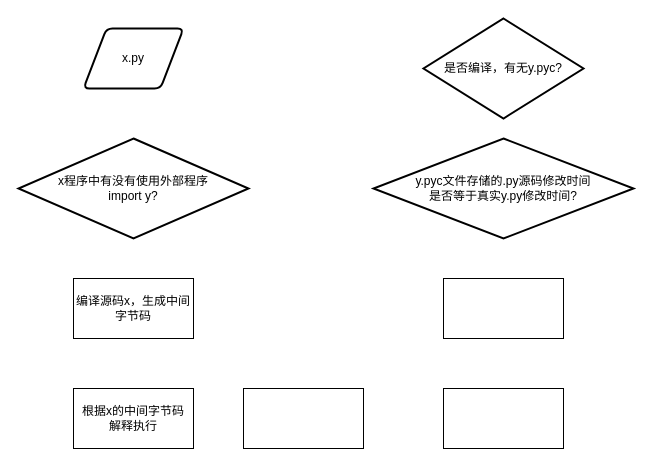
Earlier version of the draw.io diagram python-program-flow.drawio (wupei-w/diagrams). Source tidied: cells renumbered, new cells numbered last; positions are measured from the earlier drawing's top-left corner, leaving out a move shared by most shapes. Both pictures are drawn from the tidied source at 100%, with x=0, y=0 at pixel (18, 18).
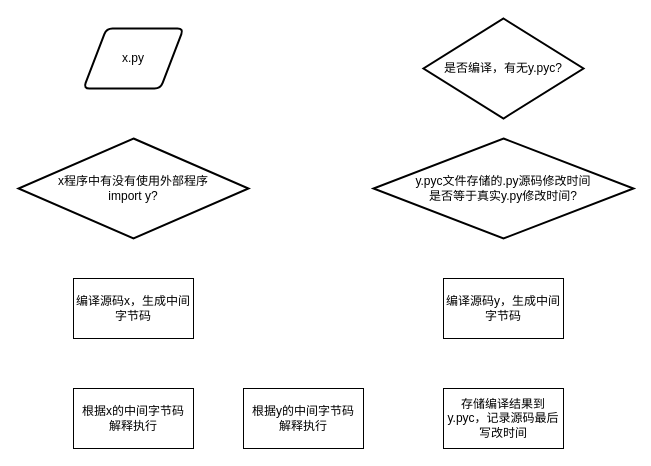
After the change.

The edit, as a diff of the source:
```diff
@@
 <mxGraphModel>
   <root>
     <mxCell id="0" />
     <mxCell id="1" parent="0" />
     <mxCell id="2" value="x.py" style="shape=parallelogram;html=1;strokeWidth=2;perimeter=parallelogramPerimeter;whiteSpace=wrap;rounded=1;arcSize=12;size=0.23;" parent="1" vertex="1">
       <mxGeometry x="65" y="10" width="100" height="60" as="geometry" />
     </mxCell>
     <mxCell id="3" value="x程序中有没有使用外部程序&lt;br&gt;import y?" style="strokeWidth=2;html=1;shape=mxgraph.flowchart.decision;whiteSpace=wrap;" parent="1" vertex="1">
       <mxGeometry y="120" width="230" height="100" as="geometry" />
     </mxCell>
     <mxCell id="4" value="编译源码x，生成中间字节码" style="rounded=0;whiteSpace=wrap;html=1;" parent="1" vertex="1">
       <mxGeometry x="55" y="260" width="120" height="60" as="geometry" />
     </mxCell>
     <mxCell id="5" value="是否编译，有无y.pyc?" style="strokeWidth=2;html=1;shape=mxgraph.flowchart.decision;whiteSpace=wrap;" parent="1" vertex="1">
       <mxGeometry x="405" width="160" height="100" as="geometry" />
     </mxCell>
     <mxCell id="6" value="y.pyc文件存储的.py源码修改时间&lt;br&gt;是否等于真实y.py修改时间?" style="strokeWidth=2;html=1;shape=mxgraph.flowchart.decision;whiteSpace=wrap;" parent="1" vertex="1">
       <mxGeometry x="355" y="120" width="260" height="100" as="geometry" />
     </mxCell>
-    <mxCell id="7" style="rounded=0;whiteSpace=wrap;html=1;" parent="1" vertex="1">
+    <mxCell id="7" value="编译源码y，生成中间字节码" style="rounded=0;whiteSpace=wrap;html=1;" parent="1" vertex="1">
       <mxGeometry x="425" y="260" width="120" height="60" as="geometry" />
     </mxCell>
-    <mxCell id="8" style="rounded=0;whiteSpace=wrap;html=1;" parent="1" vertex="1">
+    <mxCell id="8" value="根据y的中间字节码&lt;br&gt;解释执行" style="rounded=0;whiteSpace=wrap;html=1;" parent="1" vertex="1">
       <mxGeometry x="225" y="370" width="120" height="60" as="geometry" />
     </mxCell>
-    <mxCell id="9" style="rounded=0;whiteSpace=wrap;html=1;" parent="1" vertex="1">
+    <mxCell id="9" value="存储编译结果到y.pyc，记录源码最后写改时间" style="rounded=0;whiteSpace=wrap;html=1;" parent="1" vertex="1">
       <mxGeometry x="425" y="370" width="120" height="60" as="geometry" />
     </mxCell>
     <mxCell id="10" value="根据x的中间字节码&lt;br&gt;解释执行" style="rounded=0;whiteSpace=wrap;html=1;" parent="1" vertex="1">
       <mxGeometry x="55" y="370" width="120" height="60" as="geometry" />
     </mxCell>
   </root>
 </mxGraphModel>
```
